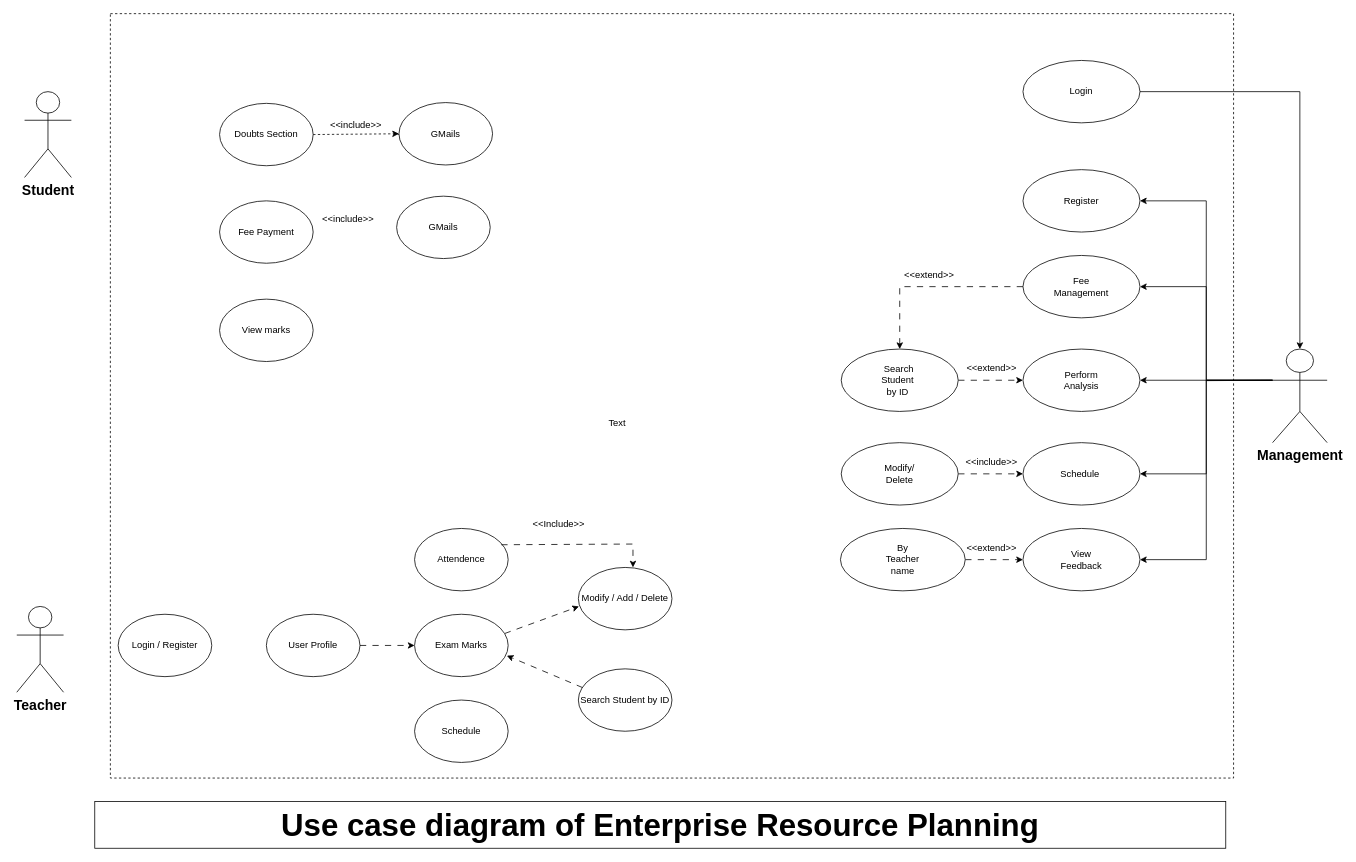
Sumanth-Siddareddy/Enterprise-Resource-Planning keeps this draw.io diagram as Untitled Diagram.drawio. Above is the earlier version. Source tidied: cells renumbered, new cells numbered last; positions are measured from the earlier drawing's top-left corner, leaving out a move shared by most shapes. Both pictures are drawn from the tidied source at 78%, with x=0, y=0 at pixel (16, 13).
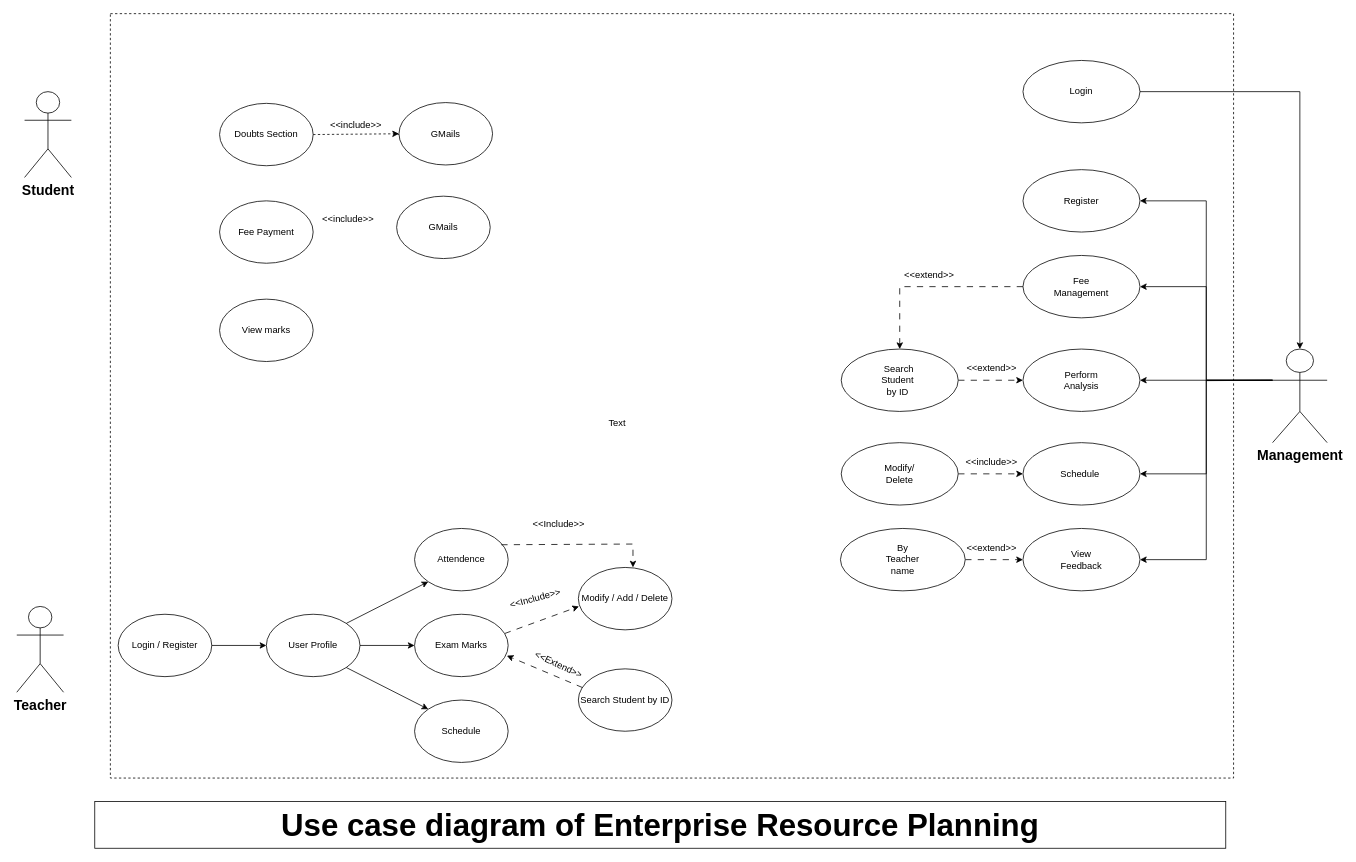
Above is the later version.

Commit message:
Teacher functionalities

The change refers to these unchanged cells:
```xml
<mxCell id="17" value="Login / Register" style="ellipse;whiteSpace=wrap;html=1;" parent="1" vertex="1">
  <mxGeometry x="130" y="770" width="120" height="80" as="geometry" />
</mxCell>
<mxCell id="22" value="User Profile" style="ellipse;whiteSpace=wrap;html=1;" parent="1" vertex="1">
  <mxGeometry x="320" y="770" width="120" height="80" as="geometry" />
</mxCell>
<mxCell id="24" value="Attendence" style="ellipse;whiteSpace=wrap;html=1;" parent="1" vertex="1">
  <mxGeometry x="510" y="660" width="120" height="80" as="geometry" />
</mxCell>
<mxCell id="26" value="Exam Marks" style="ellipse;whiteSpace=wrap;html=1;" parent="1" vertex="1">
  <mxGeometry x="510" y="770" width="120" height="80" as="geometry" />
</mxCell>
<mxCell id="28" value="Schedule" style="ellipse;whiteSpace=wrap;html=1;" parent="1" vertex="1">
  <mxGeometry x="510" y="880" width="120" height="80" as="geometry" />
</mxCell>
```

The edit, as a diff of the source:
```diff
@@
-    <mxCell id="20" style="edgeStyle=orthogonalEdgeStyle;rounded=0;jettySize=auto;html=1;exitX=1;exitY=0.5;exitDx=0;exitDy=0;entryX=0;entryY=0.5;entryDx=0;entryDy=0;dashed=1;dashPattern=8 8;" parent="1" edge="1" source="22" target="26">
+    <mxCell id="20" style="edgeStyle=orthogonalEdgeStyle;rounded=0;jettySize=auto;html=1;exitX=1;exitY=0.5;exitDx=0;exitDy=0;entryX=0;entryY=0.5;entryDx=0;entryDy=0;" parent="1" edge="1" source="22" target="26">
       <mxGeometry relative="1" as="geometry" />
     </mxCell>
@@
+    <mxCell id="62" value="&amp;lt;&amp;lt;Include&amp;gt;&amp;gt;" style="text;html=1;align=center;verticalAlign=middle;whiteSpace=wrap;rounded=0;rotation=-15;" parent="1" vertex="1">
+      <mxGeometry x="630" y="735" width="70" height="30" as="geometry" />
+    </mxCell>
+    <mxCell id="63" value="&amp;lt;&amp;lt;Extend&amp;gt;&amp;gt;" style="text;html=1;align=center;verticalAlign=middle;whiteSpace=wrap;rounded=0;rotation=25;" parent="1" vertex="1">
+      <mxGeometry x="660" y="820" width="70" height="30" as="geometry" />
+    </mxCell>
+    <mxCell id="64" style="endArrow=classic;html=1;rounded=0;exitX=1;exitY=1;exitDx=0;exitDy=0;entryX=0;entryY=0;entryDx=0;entryDy=0;" parent="1" edge="1" source="22" target="28">
+      <mxGeometry relative="1" as="geometry" />
+    </mxCell>
+    <mxCell id="65" style="endArrow=classic;html=1;rounded=0;exitX=1;exitY=0;exitDx=0;exitDy=0;entryX=0;entryY=1;entryDx=0;entryDy=0;" parent="1" edge="1" source="22" target="24">
+      <mxGeometry relative="1" as="geometry" />
+    </mxCell>
+    <mxCell id="66" style="endArrow=classic;html=1;rounded=0;exitX=1;exitY=0.5;exitDx=0;exitDy=0;" parent="1" edge="1" source="17" target="22">
+      <mxGeometry relative="1" as="geometry" />
+    </mxCell>
```
